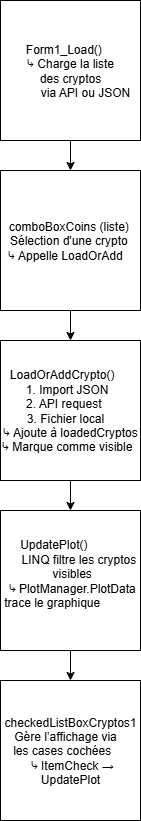
This is doc/schema de fonctionnement d'application.drawio.png from Josefnademo/Plot_those_lines, a draw.io export, as it was before one commit. Source tidied: cells renumbered, new cells last; positions are measured from the earlier drawing's top-left corner, leaving out a move shared by most shapes.
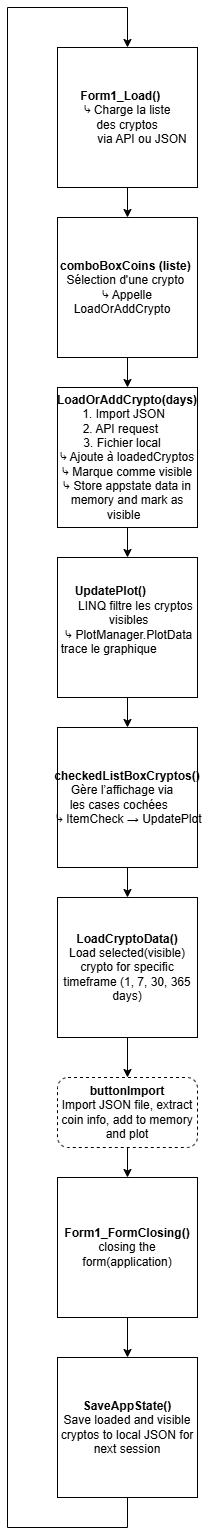
The same diagram one commit later.

Commit message:
chore(JDT) + schema de fonctionnement d'application

What changed in the source:
```diff
@@ -2,32 +2,78 @@
   <root>
     <mxCell id="0" />
     <mxCell id="1" parent="0" />
-    <mxCell id="2" style="edgeStyle=orthogonalEdgeStyle;rounded=0;jettySize=auto;html=1;exitX=0.5;exitY=1;exitDx=0;exitDy=0;entryX=0.5;entryY=0;entryDx=0;entryDy=0;" parent="1" edge="1" source="3" target="5">
-      <mxGeometry relative="1" as="geometry" />
-    </mxCell>
+    <mxCell id="11" style="edgeStyle=orthogonalEdgeStyle;rounded=0;jettySize=auto;html=1;exitX=0.5;exitY=1;exitDx=0;exitDy=0;entryX=0.5;entryY=0;entryDx=0;entryDy=0;" parent="1" edge="1" source="12" target="25">
+      <mxGeometry relative="1" as="geometry" />
+    </mxCell>
+    <mxCell id="12" value="&lt;b&gt;LoadCryptoData()&lt;/b&gt;&lt;div&gt;Load selected(visible) crypto for specific timeframe&amp;nbsp;(1, 7, 30, 365 days)&lt;/div&gt;" style="whiteSpace=wrap;html=1;" parent="1" vertex="1">
+      <mxGeometry y="850" width="140" height="140" as="geometry" />
+    </mxCell>
+    <mxCell id="13" style="edgeStyle=orthogonalEdgeStyle;rounded=0;jettySize=auto;html=1;exitX=0.5;exitY=1;exitDx=0;exitDy=0;entryX=0.5;entryY=0;entryDx=0;entryDy=0;" parent="1" edge="1" source="3" target="15">
+      <mxGeometry relative="1" as="geometry" />
+    </mxCell>
-    <mxCell id="3" value="&lt;div&gt;&lt;font style=&quot;color: light-dark(rgb(0, 0, 0), rgb(204, 0, 0));&quot;&gt;Form1&lt;/font&gt;_Load()&amp;nbsp; &amp;nbsp;&amp;nbsp;&lt;/div&gt;&lt;div&gt;&amp;nbsp; ⤷ Charge la liste&amp;nbsp;&amp;nbsp;&lt;/div&gt;&lt;div&gt;&amp;nbsp; &amp;nbsp; &amp;nbsp;des cryptos&amp;nbsp; &amp;nbsp; &amp;nbsp;&lt;/div&gt;&lt;div&gt;&amp;nbsp;&lt;span style=&quot;white-space: pre;&quot;&gt;&#9;&lt;/span&gt; via &lt;font style=&quot;color: light-dark(rgb(0, 0, 0), rgb(102, 0, 204));&quot;&gt;API&lt;/font&gt; ou JSON&lt;/div&gt;" style="whiteSpace=wrap;html=1;" parent="1" vertex="1">
+    <mxCell id="3" value="&lt;div&gt;&lt;b&gt;&lt;font style=&quot;color: light-dark(rgb(0, 0, 0), rgb(204, 0, 0));&quot;&gt;Form1&lt;/font&gt;_Load()&amp;nbsp; &amp;nbsp;&amp;nbsp;&lt;/b&gt;&lt;/div&gt;&lt;div&gt;&amp;nbsp; ⤷ Charge la liste&amp;nbsp;&amp;nbsp;&lt;/div&gt;&lt;div&gt;&amp;nbsp; &amp;nbsp; &amp;nbsp;des cryptos&amp;nbsp; &amp;nbsp; &amp;nbsp;&lt;/div&gt;&lt;div&gt;&amp;nbsp;&lt;span style=&quot;white-space: pre;&quot;&gt;&#9;&lt;/span&gt; via &lt;font style=&quot;color: light-dark(rgb(0, 0, 0), rgb(102, 0, 204));&quot;&gt;API&lt;/font&gt; ou JSON&lt;/div&gt;" style="whiteSpace=wrap;html=1;" parent="1" vertex="1">
       <mxGeometry width="140" height="140" as="geometry" />
     </mxCell>
-    <mxCell id="4" style="edgeStyle=orthogonalEdgeStyle;rounded=0;jettySize=auto;html=1;exitX=0.5;exitY=1;exitDx=0;exitDy=0;entryX=0.5;entryY=0;entryDx=0;entryDy=0;" parent="1" edge="1" source="5" target="7">
-      <mxGeometry relative="1" as="geometry" />
-    </mxCell>
-    <mxCell id="5" value="&lt;div&gt;&lt;font&gt;&lt;font style=&quot;&quot;&gt;comboBoxCoins&lt;/font&gt; (liste)&amp;nbsp;&lt;/font&gt;&lt;/div&gt;&lt;div&gt;&lt;font&gt;Sélection d'u&lt;font style=&quot;&quot;&gt;ne crypto&amp;nbsp;&lt;/font&gt;&lt;/font&gt;&lt;/div&gt;&lt;div&gt;&lt;font&gt;&lt;font style=&quot;&quot;&gt;⤷ Appelle &lt;/font&gt;&lt;font style=&quot;color: light-dark(rgb(0, 0, 0), rgb(204, 0, 0));&quot;&gt;LoadOrAdd&amp;nbsp; &lt;/font&gt;&amp;nbsp;&lt;/font&gt;&lt;/div&gt;" style="whiteSpace=wrap;html=1;" parent="1" vertex="1">
-      <mxGeometry y="170" width="140" height="140" as="geometry" />
-    </mxCell>
-    <mxCell id="6" style="edgeStyle=orthogonalEdgeStyle;rounded=0;jettySize=auto;html=1;exitX=0.5;exitY=1;exitDx=0;exitDy=0;entryX=0.5;entryY=0;entryDx=0;entryDy=0;" parent="1" edge="1" source="7" target="9">
-      <mxGeometry relative="1" as="geometry" />
-    </mxCell>
-    <mxCell id="7" value="&lt;div&gt;LoadOrAddCrypto()&amp;nbsp; &amp;nbsp; &amp;nbsp;&lt;/div&gt;&lt;div&gt;&lt;span style=&quot;background-color: transparent;&quot;&gt;&lt;font style=&quot;color: light-dark(rgb(0, 0, 0), rgb(204, 0, 0));&quot;&gt;&amp;nbsp;1.&lt;/font&gt;&lt;/span&gt;&lt;span style=&quot;background-color: transparent; color: light-dark(rgb(0, 0, 0), rgb(255, 255, 255));&quot;&gt; Import &lt;/span&gt;&lt;span style=&quot;background-color: transparent;&quot;&gt;&lt;font style=&quot;color: light-dark(rgb(0, 0, 0), rgb(102, 0, 204));&quot;&gt;JSON&lt;/font&gt;&lt;/span&gt;&lt;span style=&quot;background-color: transparent; color: light-dark(rgb(0, 0, 0), rgb(255, 255, 255));&quot;&gt;&amp;nbsp; &amp;nbsp;&lt;/span&gt;&lt;/div&gt;&lt;div&gt;&lt;span style=&quot;background-color: transparent;&quot;&gt;&lt;font style=&quot;color: light-dark(rgb(0, 0, 0), rgb(204, 0, 0));&quot;&gt;&amp;nbsp;2.&lt;/font&gt;&lt;/span&gt;&lt;span style=&quot;background-color: transparent;&quot;&gt;&lt;font style=&quot;color: light-dark(rgb(0, 0, 0), rgb(102, 0, 204));&quot;&gt; API &lt;/font&gt;&lt;/span&gt;&lt;span style=&quot;background-color: transparent; color: light-dark(rgb(0, 0, 0), rgb(255, 255, 255));&quot;&gt;request&amp;nbsp; &amp;nbsp; &amp;nbsp;&lt;/span&gt;&lt;/div&gt;&lt;div&gt;&lt;span style=&quot;background-color: transparent;&quot;&gt;&lt;font style=&quot;color: light-dark(rgb(0, 0, 0), rgb(204, 0, 0));&quot;&gt;3.&lt;/font&gt;&lt;/span&gt;&lt;span style=&quot;background-color: transparent; color: light-dark(rgb(0, 0, 0), rgb(255, 255, 255));&quot;&gt; Fichier&lt;/span&gt;&lt;span style=&quot;background-color: transparent;&quot;&gt;&lt;font style=&quot;color: light-dark(rgb(0, 0, 0), rgb(102, 0, 204));&quot;&gt; local&amp;nbsp;&lt;/font&gt;&lt;/span&gt;&lt;span style=&quot;background-color: transparent; color: light-dark(rgb(0, 0, 0), rgb(255, 255, 255));&quot;&gt; &amp;nbsp;&lt;/span&gt;&lt;/div&gt;&lt;div&gt;&lt;span style=&quot;background-color: transparent; color: light-dark(rgb(0, 0, 0), rgb(255, 255, 255));&quot;&gt;⤷ Ajoute à loadedCryptos&lt;/span&gt;&lt;/div&gt;&lt;div&gt;⤷ Marque comme visible&amp;nbsp;&amp;nbsp;&lt;/div&gt;" style="whiteSpace=wrap;html=1;" parent="1" vertex="1">
-      <mxGeometry y="340" width="140" height="140" as="geometry" />
-    </mxCell>
-    <mxCell id="8" style="edgeStyle=orthogonalEdgeStyle;rounded=0;jettySize=auto;html=1;exitX=0.5;exitY=1;exitDx=0;exitDy=0;entryX=0.5;entryY=0;entryDx=0;entryDy=0;" parent="1" edge="1" source="9" target="10">
-      <mxGeometry relative="1" as="geometry" />
-    </mxCell>
+    <mxCell id="14" style="edgeStyle=orthogonalEdgeStyle;rounded=0;jettySize=auto;html=1;exitX=0.5;exitY=1;exitDx=0;exitDy=0;entryX=0.5;entryY=0;entryDx=0;entryDy=0;" parent="1" edge="1" source="15" target="17">
+      <mxGeometry relative="1" as="geometry" />
+    </mxCell>
+    <mxCell id="15" value="&lt;div&gt;&lt;font&gt;&lt;b&gt;&lt;font style=&quot;&quot;&gt;comboBoxCoins&lt;/font&gt; (liste)&amp;nbsp;&lt;/b&gt;&lt;/font&gt;&lt;/div&gt;&lt;div&gt;&lt;font&gt;Sélection d'u&lt;font style=&quot;&quot;&gt;ne crypto&amp;nbsp;&lt;/font&gt;&lt;/font&gt;&lt;/div&gt;&lt;div&gt;&lt;font&gt;&lt;font style=&quot;&quot;&gt;⤷ Appelle &lt;/font&gt;&lt;font style=&quot;color: light-dark(rgb(0, 0, 0), rgb(204, 0, 0));&quot;&gt;LoadOrAddCrypto&amp;nbsp;&amp;nbsp;&lt;/font&gt;&amp;nbsp;&lt;/font&gt;&lt;/div&gt;" style="whiteSpace=wrap;html=1;" parent="1" vertex="1">
+      <mxGeometry y="170" width="140" height="140" as="geometry" />
+    </mxCell>
+    <mxCell id="16" style="edgeStyle=orthogonalEdgeStyle;rounded=0;jettySize=auto;html=1;exitX=0.5;exitY=1;exitDx=0;exitDy=0;entryX=0.5;entryY=0;entryDx=0;entryDy=0;" parent="1" edge="1" source="17" target="9">
+      <mxGeometry relative="1" as="geometry" />
+    </mxCell>
+    <mxCell id="17" value="&lt;div&gt;&lt;b&gt;LoadOrAddCrypto(days)&lt;/b&gt;&lt;/div&gt;&lt;div&gt;&lt;span style=&quot;background-color: transparent; color: light-dark(rgb(0, 0, 0), rgb(255, 255, 255));&quot;&gt;&lt;font style=&quot;color: light-dark(rgb(0, 0, 0), rgb(204, 0, 0));&quot;&gt;&amp;nbsp;1.&lt;/font&gt;&lt;/span&gt;&lt;span style=&quot;background-color: transparent; color: light-dark(rgb(0, 0, 0), rgb(255, 255, 255));&quot;&gt; Import &lt;/span&gt;&lt;span style=&quot;background-color: transparent; color: light-dark(rgb(0, 0, 0), rgb(255, 255, 255));&quot;&gt;&lt;font style=&quot;color: light-dark(rgb(0, 0, 0), rgb(102, 0, 204));&quot;&gt;JSON&lt;/font&gt;&lt;/span&gt;&lt;span style=&quot;background-color: transparent; color: light-dark(rgb(0, 0, 0), rgb(255, 255, 255));&quot;&gt;&amp;nbsp; &amp;nbsp;&lt;/span&gt;&lt;/div&gt;&lt;div&gt;&lt;span style=&quot;background-color: transparent;&quot;&gt;&lt;font style=&quot;color: light-dark(rgb(0, 0, 0), rgb(204, 0, 0));&quot;&gt;&amp;nbsp;2.&lt;/font&gt;&lt;/span&gt;&lt;span style=&quot;background-color: transparent;&quot;&gt;&lt;font style=&quot;color: light-dark(rgb(0, 0, 0), rgb(102, 0, 204));&quot;&gt; API &lt;/font&gt;&lt;/span&gt;&lt;span style=&quot;background-color: transparent; color: light-dark(rgb(0, 0, 0), rgb(255, 255, 255));&quot;&gt;request&amp;nbsp; &amp;nbsp; &amp;nbsp;&lt;/span&gt;&lt;/div&gt;&lt;div&gt;&lt;span style=&quot;background-color: transparent;&quot;&gt;&lt;font style=&quot;color: light-dark(rgb(0, 0, 0), rgb(204, 0, 0));&quot;&gt;3.&lt;/font&gt;&lt;/span&gt;&lt;span style=&quot;background-color: transparent; color: light-dark(rgb(0, 0, 0), rgb(255, 255, 255));&quot;&gt; Fichier&lt;/span&gt;&lt;span style=&quot;background-color: transparent;&quot;&gt;&lt;font style=&quot;color: light-dark(rgb(0, 0, 0), rgb(102, 0, 204));&quot;&gt; local&amp;nbsp;&lt;/font&gt;&lt;/span&gt;&lt;span style=&quot;background-color: transparent; color: light-dark(rgb(0, 0, 0), rgb(255, 255, 255));&quot;&gt; &amp;nbsp;&lt;/span&gt;&lt;/div&gt;&lt;div&gt;&lt;span style=&quot;background-color: transparent; color: light-dark(rgb(0, 0, 0), rgb(255, 255, 255));&quot;&gt;⤷ Ajoute à loadedCryptos&lt;/span&gt;&lt;/div&gt;&lt;div&gt;⤷ Marque comme visible&lt;/div&gt;&lt;div&gt;&lt;span style=&quot;background-color: transparent; color: light-dark(rgb(0, 0, 0), rgb(255, 255, 255));&quot;&gt;⤷&lt;/span&gt;&lt;span style=&quot;background-color: transparent; color: light-dark(rgb(0, 0, 0), rgb(255, 255, 255));&quot;&gt;&amp;nbsp;Store appstate data in memory and mark as visible&amp;nbsp;&amp;nbsp;&lt;/span&gt;&lt;/div&gt;" style="whiteSpace=wrap;html=1;" parent="1" vertex="1">
+      <mxGeometry y="340" width="140" height="140" as="geometry" />
+    </mxCell>
+    <mxCell id="18" style="edgeStyle=orthogonalEdgeStyle;rounded=0;jettySize=auto;html=1;exitX=0.5;exitY=1;exitDx=0;exitDy=0;entryX=0.5;entryY=0;entryDx=0;entryDy=0;" parent="1" edge="1" source="9" target="20">
+      <mxGeometry relative="1" as="geometry" />
+    </mxCell>
-    <mxCell id="9" value="&lt;div&gt;&lt;span style=&quot;background-color: transparent;&quot;&gt;&lt;font style=&quot;color: light-dark(rgb(0, 0, 0), rgb(204, 0, 0));&quot;&gt;UpdatePlot&lt;/font&gt;&lt;/span&gt;&lt;span style=&quot;background-color: transparent; color: light-dark(rgb(0, 0, 0), rgb(255, 255, 255));&quot;&gt;()&amp;nbsp; &amp;nbsp; &amp;nbsp; &amp;nbsp; &amp;nbsp;&amp;nbsp;&lt;/span&gt;&lt;/div&gt;&lt;div&gt;&amp;nbsp; &amp;nbsp; &amp;nbsp;&lt;font style=&quot;color: light-dark(rgb(0, 0, 0), rgb(102, 0, 204));&quot;&gt;LINQ&lt;/font&gt; filtre les cryptos&lt;/div&gt;&lt;div&gt;&amp;nbsp;visibles&lt;/div&gt;&lt;div&gt;&amp;nbsp;⤷ &lt;font style=&quot;color: light-dark(rgb(0, 0, 0), rgb(204, 0, 0));&quot;&gt;PlotManager.PlotData&lt;/font&gt; trace le&amp;nbsp;&lt;span style=&quot;background-color: transparent; color: light-dark(rgb(0, 0, 0), rgb(255, 255, 255));&quot;&gt;graphique&amp;nbsp; &amp;nbsp; &amp;nbsp; &amp;nbsp; &amp;nbsp; &amp;nbsp; &amp;nbsp; &amp;nbsp;&lt;/span&gt;&lt;/div&gt;" style="whiteSpace=wrap;html=1;" parent="1" vertex="1">
+    <mxCell id="9" value="&lt;div&gt;&lt;span style=&quot;background-color: transparent;&quot;&gt;&lt;font style=&quot;color: light-dark(rgb(0, 0, 0), rgb(204, 0, 0));&quot;&gt;&lt;b&gt;UpdatePlot&lt;/b&gt;&lt;/font&gt;&lt;/span&gt;&lt;span style=&quot;background-color: transparent; color: light-dark(rgb(0, 0, 0), rgb(255, 255, 255));&quot;&gt;&lt;b&gt;()&amp;nbsp; &lt;/b&gt;&amp;nbsp; &amp;nbsp; &amp;nbsp; &amp;nbsp;&amp;nbsp;&lt;/span&gt;&lt;/div&gt;&lt;div&gt;&amp;nbsp; &amp;nbsp; &amp;nbsp;&lt;font style=&quot;color: light-dark(rgb(0, 0, 0), rgb(102, 0, 204));&quot;&gt;LINQ&lt;/font&gt; filtre les cryptos&lt;/div&gt;&lt;div&gt;&amp;nbsp;visibles&lt;/div&gt;&lt;div&gt;&amp;nbsp;⤷ &lt;font style=&quot;color: light-dark(rgb(0, 0, 0), rgb(204, 0, 0));&quot;&gt;PlotManager.PlotData&lt;/font&gt; trace le&amp;nbsp;&lt;span style=&quot;background-color: transparent; color: light-dark(rgb(0, 0, 0), rgb(255, 255, 255));&quot;&gt;graphique&amp;nbsp; &amp;nbsp; &amp;nbsp; &amp;nbsp; &amp;nbsp; &amp;nbsp; &amp;nbsp; &amp;nbsp;&lt;/span&gt;&lt;/div&gt;" style="whiteSpace=wrap;html=1;" parent="1" vertex="1">
       <mxGeometry y="510" width="140" height="140" as="geometry" />
     </mxCell>
-    <mxCell id="10" value="&lt;div&gt;&amp;nbsp;checkedListBoxCryptos1&amp;nbsp;&lt;/div&gt;&lt;div&gt;Gère l’affichage via&amp;nbsp; &amp;nbsp;&lt;/div&gt;&lt;div&gt;&amp;nbsp;les cases cochées&amp;nbsp; &amp;nbsp; &amp;nbsp;&amp;nbsp;&lt;/div&gt;&lt;div&gt;&amp;nbsp;⤷ &lt;font style=&quot;color: light-dark(rgb(0, 0, 0), rgb(204, 0, 0));&quot;&gt;ItemCheck&lt;/font&gt; → &lt;font style=&quot;color: light-dark(rgb(0, 0, 0), rgb(204, 0, 0));&quot;&gt;UpdatePlot&lt;/font&gt;&lt;/div&gt;" style="whiteSpace=wrap;html=1;" parent="1" vertex="1">
-      <mxGeometry y="680" width="140" height="140" as="geometry" />
-    </mxCell>
+    <mxCell id="19" style="edgeStyle=orthogonalEdgeStyle;rounded=0;jettySize=auto;html=1;exitX=0.5;exitY=1;exitDx=0;exitDy=0;entryX=0.5;entryY=0;entryDx=0;entryDy=0;" parent="1" edge="1" source="20" target="12">
+      <mxGeometry relative="1" as="geometry" />
+    </mxCell>
+    <mxCell id="20" value="&lt;div&gt;&lt;b&gt;&amp;nbsp;checkedListBoxCryptos()&lt;/b&gt;&amp;nbsp;&lt;/div&gt;&lt;div&gt;Gère l’affichage via&amp;nbsp; &amp;nbsp;&lt;/div&gt;&lt;div&gt;&amp;nbsp;les cases cochées&amp;nbsp; &amp;nbsp; &amp;nbsp;&amp;nbsp;&lt;/div&gt;&lt;div&gt;&amp;nbsp;⤷ &lt;font style=&quot;color: light-dark(rgb(0, 0, 0), rgb(204, 0, 0));&quot;&gt;ItemCheck&lt;/font&gt; → &lt;font style=&quot;color: light-dark(rgb(0, 0, 0), rgb(204, 0, 0));&quot;&gt;UpdatePlot&lt;/font&gt;&lt;/div&gt;" style="whiteSpace=wrap;html=1;" parent="1" vertex="1">
+      <mxGeometry y="680" width="140" height="140" as="geometry" />
+    </mxCell>
+    <mxCell id="21" style="edgeStyle=orthogonalEdgeStyle;rounded=0;jettySize=auto;html=1;exitX=0.5;exitY=1;exitDx=0;exitDy=0;entryX=0.5;entryY=0;entryDx=0;entryDy=0;" parent="1" edge="1" source="22" target="3">
+      <mxGeometry relative="1" as="geometry">
+        <Array as="points">
+          <mxPoint x="70" y="1480" />
+          <mxPoint x="-50" y="1480" />
+          <mxPoint x="-50" y="-40" />
+          <mxPoint x="70" y="-40" />
+        </Array>
+      </mxGeometry>
+    </mxCell>
+    <mxCell id="22" value="&lt;b&gt;SaveAppState()&lt;/b&gt;&lt;div&gt;Save loaded and visible cryptos to local JSON for next session&lt;/div&gt;" style="whiteSpace=wrap;html=1;" parent="1" vertex="1">
+      <mxGeometry y="1310" width="140" height="140" as="geometry" />
+    </mxCell>
+    <mxCell id="23" style="edgeStyle=orthogonalEdgeStyle;rounded=0;orthogonalLoop=1;jettySize=auto;html=1;exitX=0.5;exitY=1;exitDx=0;exitDy=0;" parent="1" edge="1">
+      <mxGeometry relative="1" as="geometry">
+        <mxPoint x="50" y="1230" as="sourcePoint" />
+        <mxPoint x="50" y="1230" as="targetPoint" />
+      </mxGeometry>
+    </mxCell>
+    <mxCell id="24" style="edgeStyle=orthogonalEdgeStyle;rounded=0;jettySize=auto;html=1;exitX=0.5;exitY=1;exitDx=0;exitDy=0;entryX=0.5;entryY=0;entryDx=0;entryDy=0;" parent="1" edge="1" source="25" target="27">
+      <mxGeometry relative="1" as="geometry" />
+    </mxCell>
+    <mxCell id="25" value="&lt;b&gt;buttonImport&lt;/b&gt;&lt;div&gt;Import JSON file, extract coin info, add to memory and plot&lt;/div&gt;" style="rounded=1;whiteSpace=wrap;html=1;dashed=1;" parent="1" vertex="1">
+      <mxGeometry y="1030" width="140" height="70" as="geometry" />
+    </mxCell>
+    <mxCell id="26" style="edgeStyle=orthogonalEdgeStyle;rounded=0;jettySize=auto;html=1;exitX=0.5;exitY=1;exitDx=0;exitDy=0;" parent="1" edge="1" source="27" target="22">
+      <mxGeometry relative="1" as="geometry" />
+    </mxCell>
+    <mxCell id="27" value="&lt;b&gt;Form1_FormClosing()&lt;/b&gt;&lt;div&gt;closing the form(application)&lt;/div&gt;" style="whiteSpace=wrap;html=1;" parent="1" vertex="1">
+      <mxGeometry y="1130" width="140" height="140" as="geometry" />
+    </mxCell>
+    <mxCell id="28" style="edgeStyle=orthogonalEdgeStyle;rounded=0;orthogonalLoop=1;jettySize=auto;html=1;exitX=0.5;exitY=1;exitDx=0;exitDy=0;" parent="1" edge="1">
+      <mxGeometry relative="1" as="geometry">
+        <mxPoint x="70" y="1140" as="sourcePoint" />
+        <mxPoint x="70" y="1140" as="targetPoint" />
+      </mxGeometry>
+    </mxCell>
   </root>
 </mxGraphModel>
```
